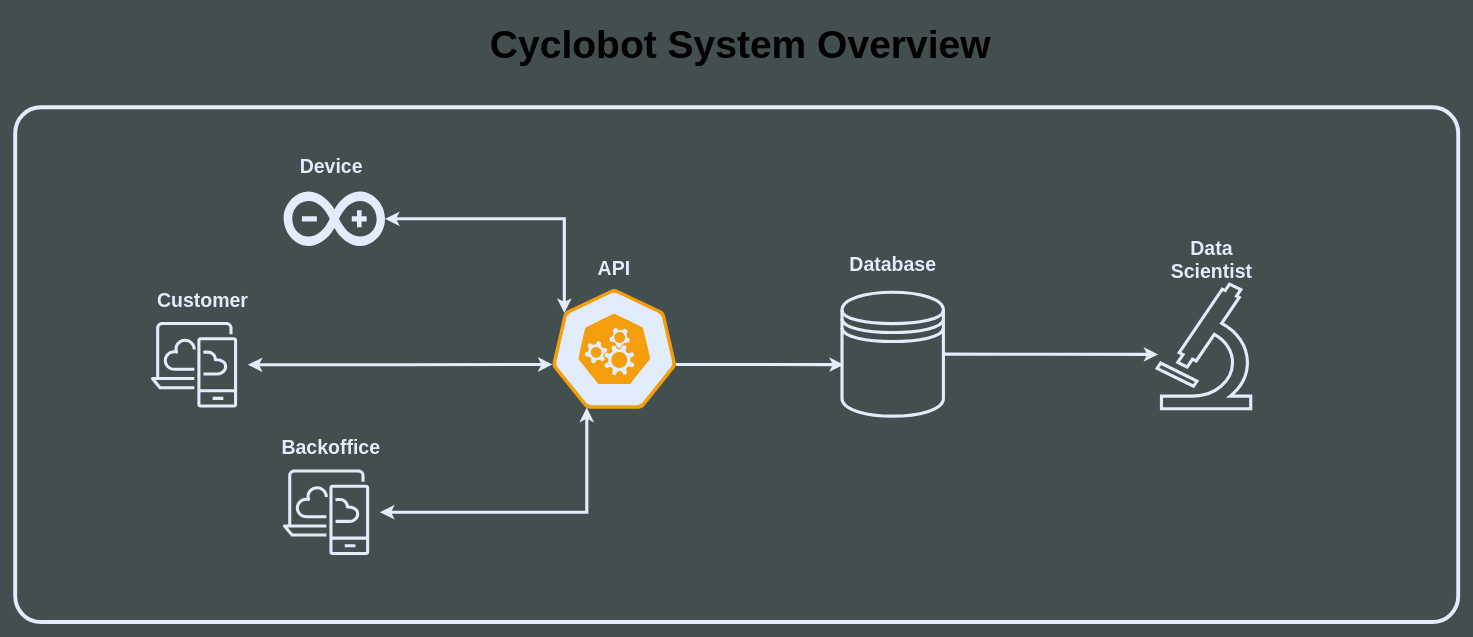
Above: diagram/1.system_overview.drawio in Lab37-Technologies/cyclobot_api (draw.io), before the change. Source tidied: cells renumbered, new cells numbered last; positions are measured from the earlier drawing's top-left corner, leaving out a move shared by most shapes. Both pictures are drawn from the tidied source at 78%, with x=0, y=0 at pixel (15, 13).
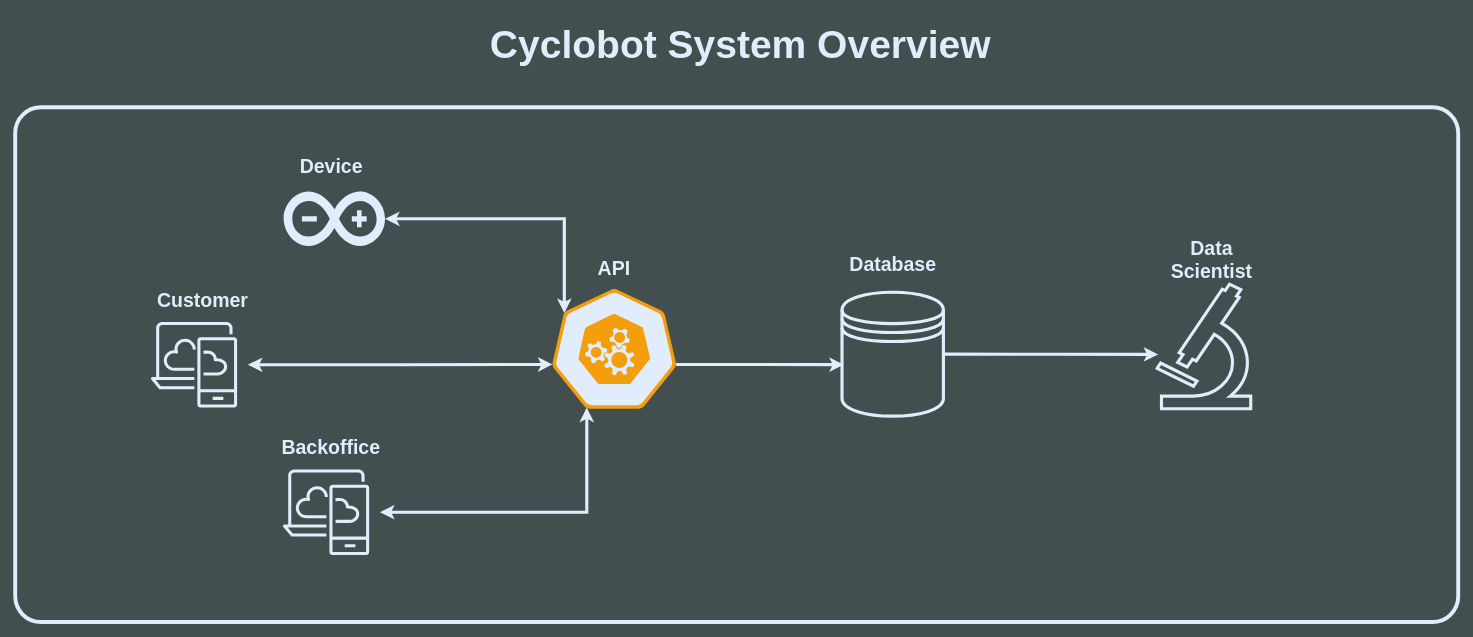
The same page after the edit.

Change to the diagram source:
```diff
@@
-    <mxCell id="10" value="Cyclobot System Overview" style="text;html=1;whiteSpace=wrap;strokeColor=none;fillColor=none;align=center;verticalAlign=middle;rounded=0;fontSize=50;fontColor=light-dark(#000000,#E1EDFC);fontFamily=comfortaa;fontStyle=1;" parent="1" vertex="1">
+    <mxCell id="10" value="Cyclobot System Overview" style="text;html=1;whiteSpace=wrap;strokeColor=none;fillColor=none;align=center;verticalAlign=middle;rounded=0;fontSize=50;fontColor=light-dark(#E1EDFC,#E1EDFC);fontFamily=comfortaa;fontStyle=1;" parent="1" vertex="1">
       <mxGeometry x="580" width="700" height="80" as="geometry" />
     </mxCell>
```
